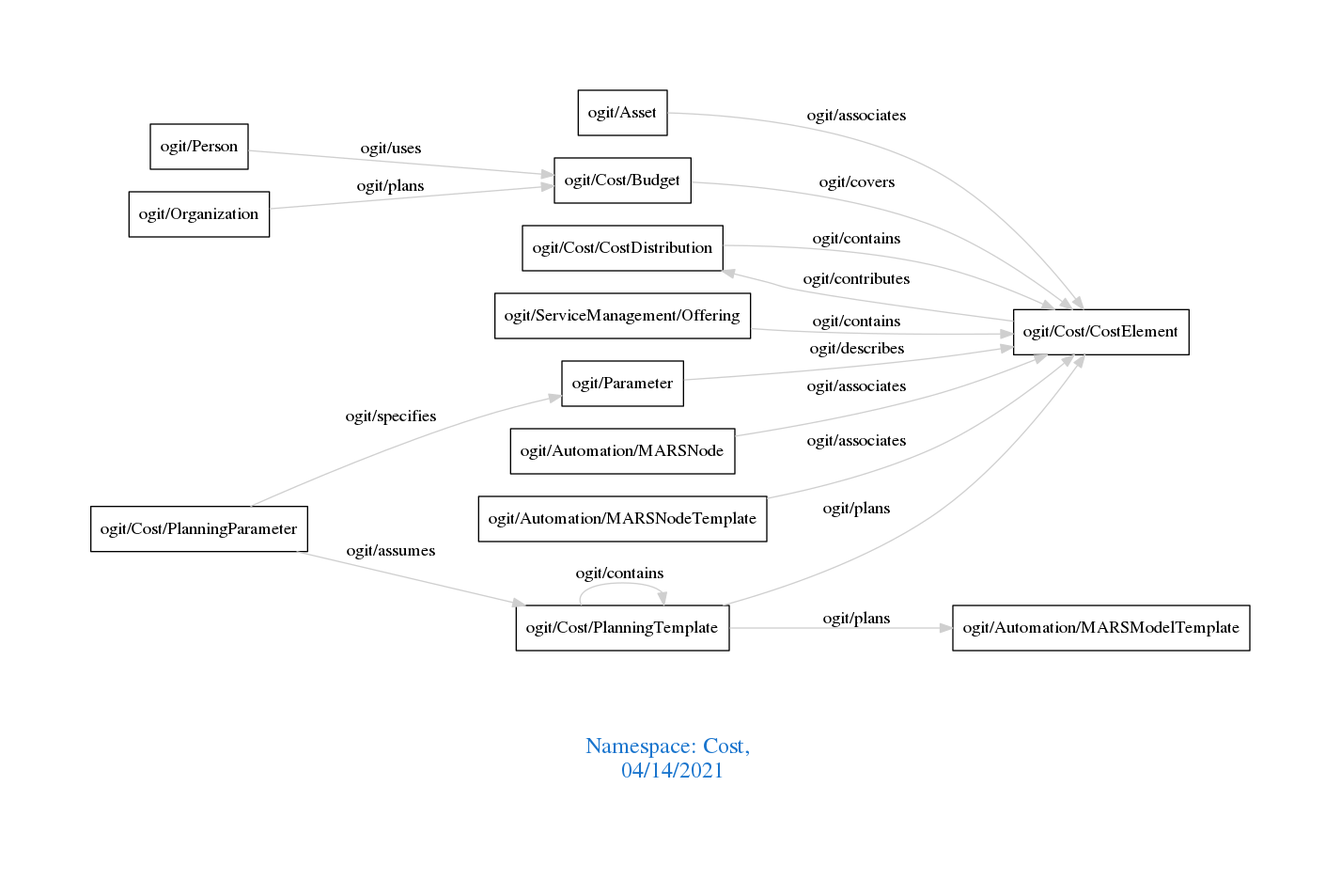
Earlier version of the Graphviz export downloads/Cost.png (arago/OGIT). Its source is kept beside it as downloads/Cost.dot.
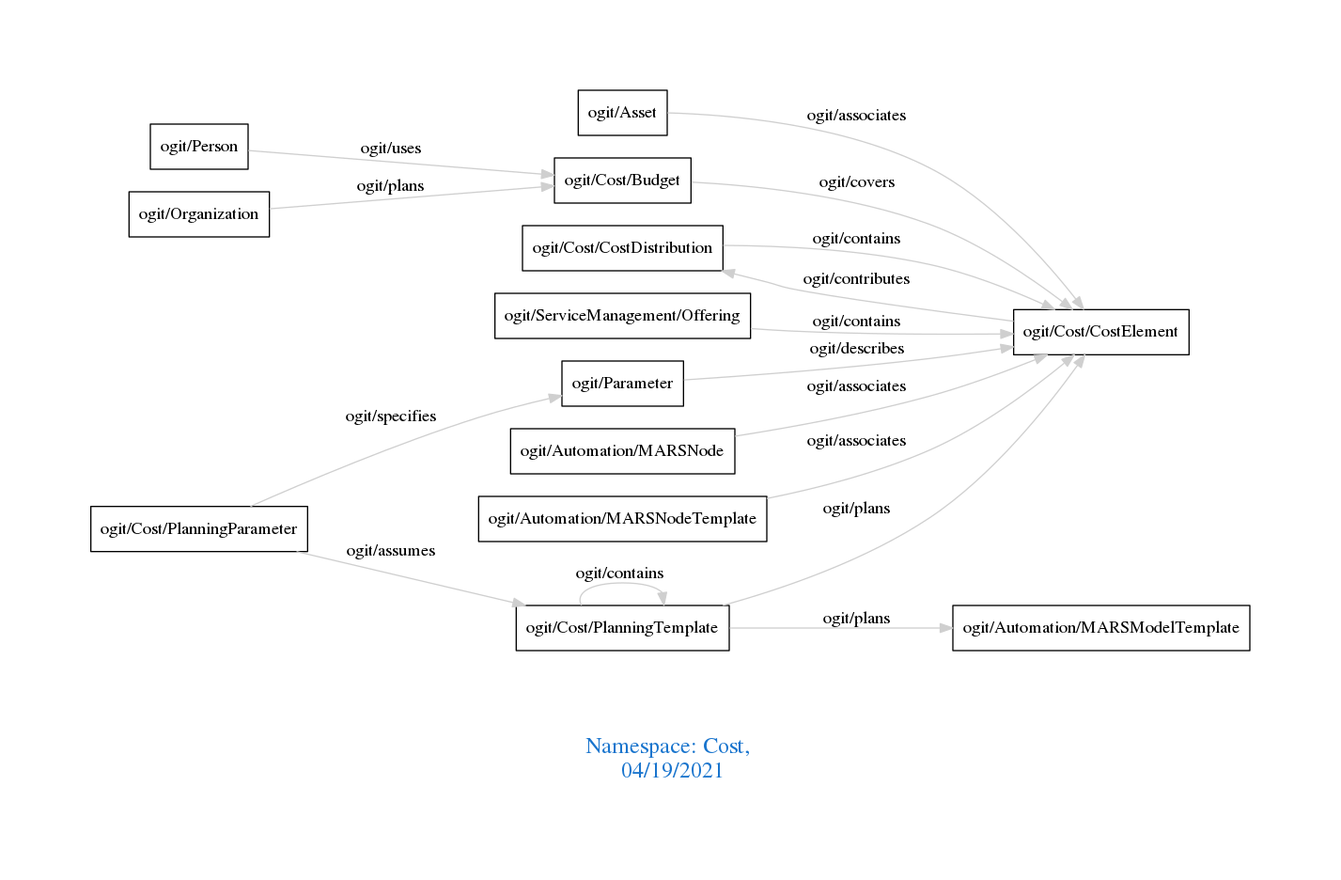
After the change.

What changed in the source:
```diff
@@ -1,7 +1,7 @@
 digraph OGIT_ontology {
  graph [ rankdir= LR,pad=1
 fontsize = 18,
-fontcolor= dodgerblue3,label = "\n\n\nNamespace: Cost, \n 04/14/2021"];
+fontcolor= dodgerblue3,label = "\n\n\nNamespace: Cost, \n 04/19/2021"];
 node[shape=polygon];
 edge [  color="gray81"];
 
```
